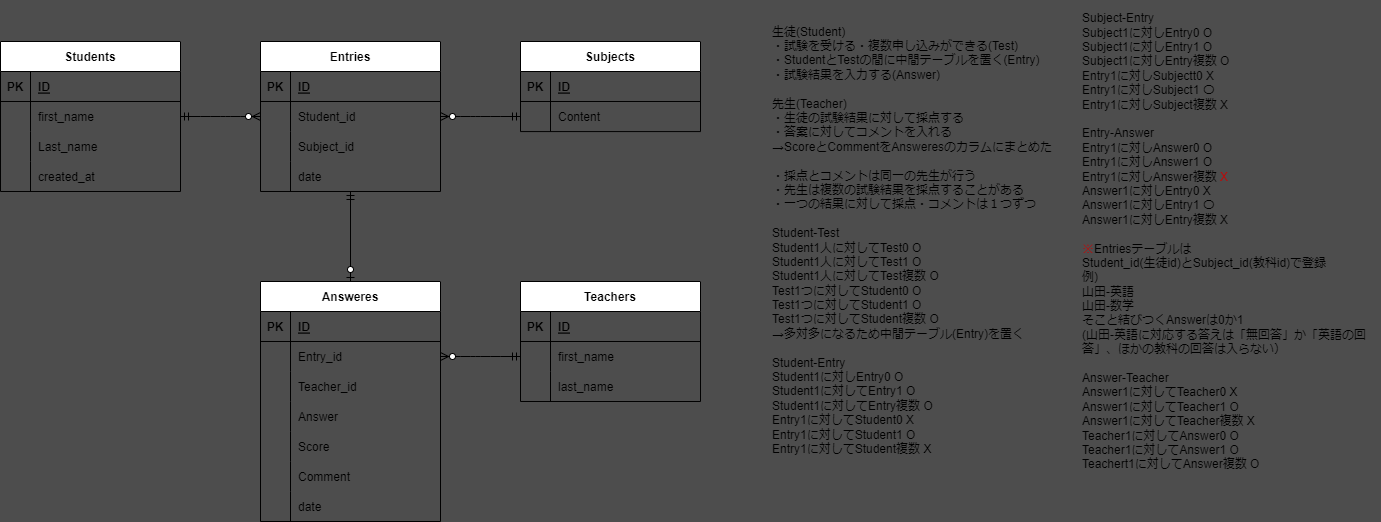
The draw.io diagram test.drawio.png in Hozumin08/20230318_Takaboshi, before a commit. Source tidied: cells renumbered, new cells last; positions are measured from the earlier drawing's top-left corner, leaving out a move shared by most shapes.
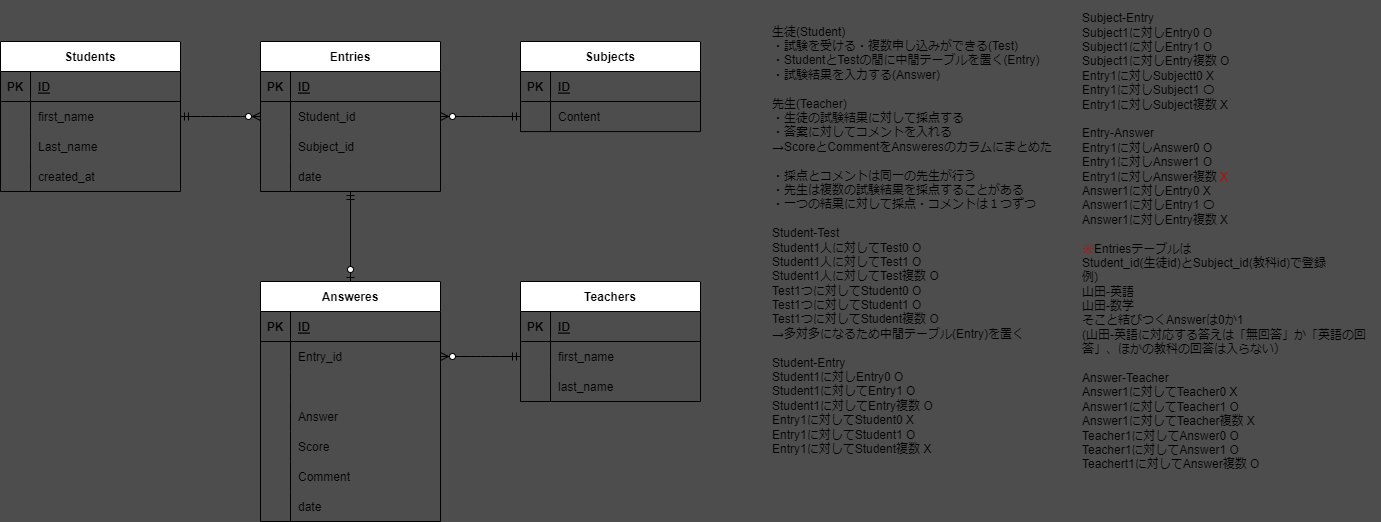
After the commit.

Commit message:
Teacher_id追加

What changed in the source:
```diff
@@ -68,9 +68,9 @@
     <mxCell id="23" style="shape=partialRectangle;fillColor=none;top=0;left=0;bottom=0;right=0;overflow=hidden;" parent="22" vertex="1">
       <mxGeometry width="30" height="30" as="geometry" />
     </mxCell>
-    <mxCell id="24" value="Teacher_id" style="shape=partialRectangle;fillColor=none;top=0;left=0;bottom=0;right=0;align=left;spacingLeft=6;overflow=hidden;fontColor=#000000;" parent="22" vertex="1">
-      <mxGeometry x="30" width="150" height="30" as="geometry" />
-    </mxCell>
+    <mxCell id="73" style="shape=partialRectangle;fillColor=none;top=0;left=0;bottom=0;right=0;align=left;spacingLeft=6;overflow=hidden;" parent="22" vertex="1">
+      <mxGeometry x="30" width="150" height="30" as="geometry" />
+    </mxCell>
     <mxCell id="25" style="shape=tableRow;horizontal=0;startSize=0;swimlaneHead=0;swimlaneBody=0;fillColor=none;top=0;left=0;right=0;bottom=0;" parent="15" vertex="1">
       <mxGeometry y="120" width="180" height="30" as="geometry" />
     </mxCell>
```
